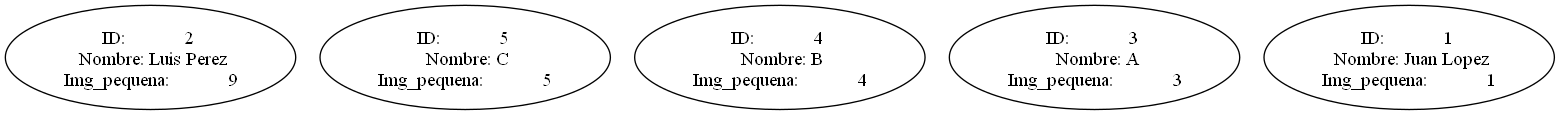
Before: TopImgPequena.png, a diagram exported from Graphviz (helenrodas/fase1ProyectoEdd). Its source is kept beside it as TopImgPequena.dot.
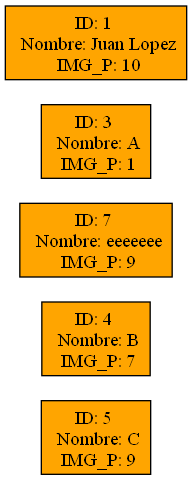
Later version of the same file.

The edit, as a diff of the source:
```diff
@@ -1,10 +1,12 @@
  digraph G {
-   node [shape=ellipse];
-   rankdir=TB
- "nodo    0"[label="ID:            2 \n Nombre: Luis Perez\n Img_pequena:            9 ", fillcolor=white];
- "nodo    1"[label="ID:            5 \n Nombre: C\n Img_pequena:            5 ", fillcolor=white];
- "nodo    2"[label="ID:            4 \n Nombre: B\n Img_pequena:            4 ", fillcolor=white];
- "nodo    3"[label="ID:            3 \n Nombre: A\n Img_pequena:            3 ", fillcolor=white];
- "nodo    4"[label="ID:            1 \n Nombre: Juan Lopez\n Img_pequena:            1 ", fillcolor=white];
+   node [shape=record];
+   rankdir=LR
+   graph [ bgcolor=white];
+ "nodo    0"[label="ID:            5 \n Nombre: C\n IMG_P:            9 ", fillcolor=orange, style=filled];
+ "nodo    1"[label="ID:            4 \n Nombre: B\n IMG_P:            7 ", fillcolor=orange, style=filled];
+ "nodo    2"[label="ID:            7 \n Nombre: eeeeeee\n IMG_P:            9 ", fillcolor=orange, style=filled];
+ "nodo    3"[label="ID:            3 \n Nombre: A\n IMG_P:            1 ", fillcolor=orange, style=filled];
+ "nodo    4"[label="ID:            1 \n Nombre: Juan Lopez\n IMG_P:           10 ", fillcolor=orange, style=filled];
 
+ rankdir = LR
  }
```
